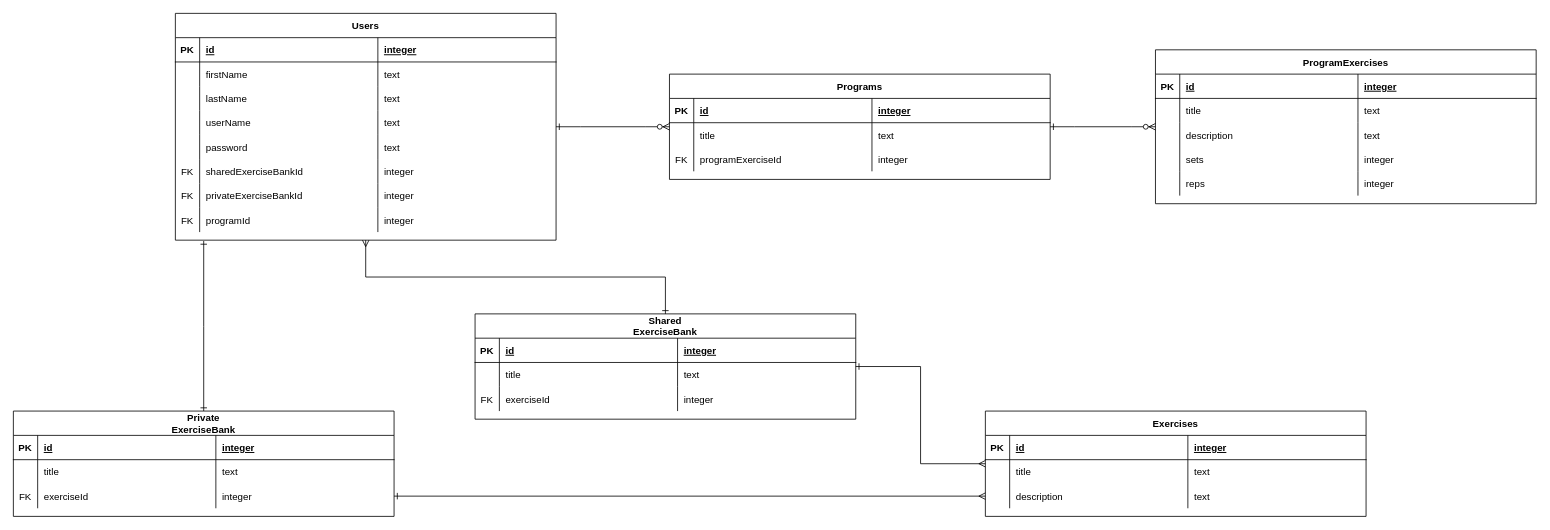
This is ER diagram/er-diagram.drawio from Svennas/personal-workouts-app-project, a draw.io file, before an edit. Source tidied: cells renumbered, new cells numbered last; positions are measured from the earlier drawing's top-left corner, leaving out a move shared by most shapes. Both pictures are drawn from the tidied source at 81%, with x=0, y=0 at pixel (13, 13).
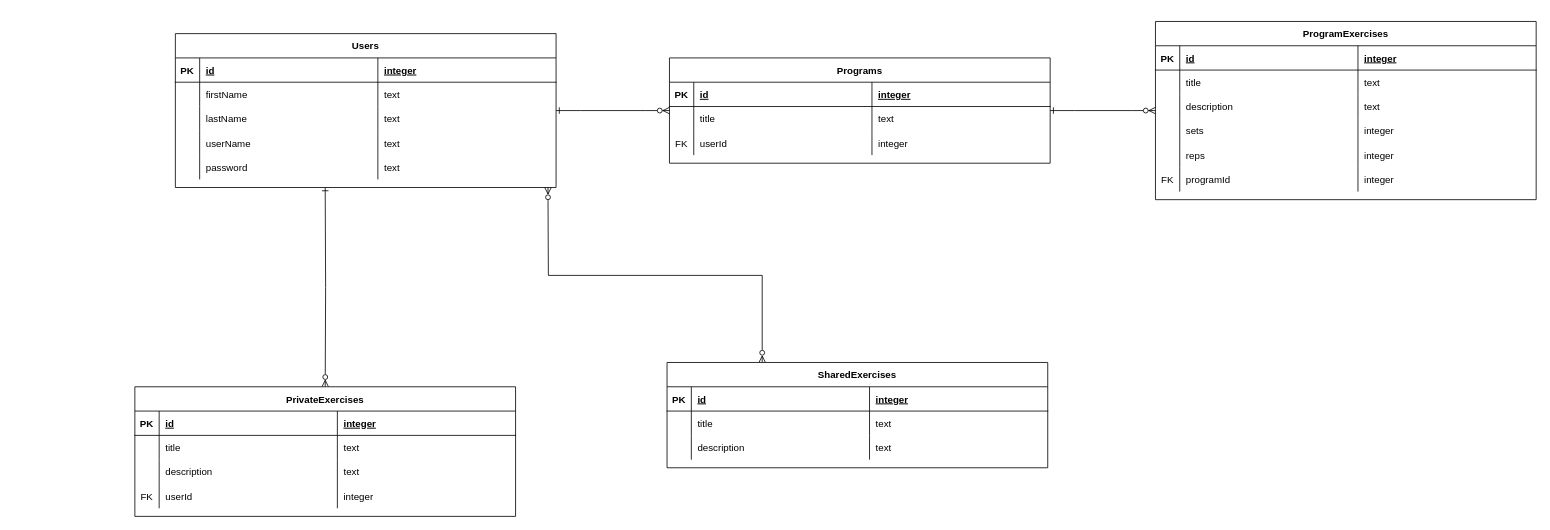
After the change.

The change refers to these unchanged cells:
```xml
<mxCell id="44" style="shape=partialRectangle;fillColor=none;top=0;left=0;right=0;bottom=0;" parent="35" vertex="1">
  <mxGeometry y="90" width="470" height="30" as="geometry" />
</mxCell>
<mxCell id="78" style="shape=partialRectangle;fillColor=none;points=[[0,0.5],[1,0.5]];portConstraint=eastwest;top=0;left=0;right=0;bottom=0;" parent="69" vertex="1">
  <mxGeometry y="90" width="470" height="30" as="geometry" />
</mxCell>
```

The edit, as a diff of the source:
```diff
@@
+    <mxCell id="114" style="edgeStyle=orthogonalEdgeStyle;rounded=0;jettySize=auto;html=1;startArrow=ERone;startFill=0;endArrow=ERzeroToMany;endFill=0;" parent="1" edge="1" target="118">
+      <mxGeometry relative="1" as="geometry">
+        <mxPoint x="385" y="215" as="sourcePoint" />
+      </mxGeometry>
+    </mxCell>
     <mxCell id="2" value="Users" style="shape=table;startSize=30;childLayout=tableLayout;rowLines=0;fontStyle=1;align=center;" parent="1" vertex="1">
-      <mxGeometry x="200" width="470" height="280" as="geometry" />
+      <mxGeometry x="200" y="25" width="470" height="190" as="geometry" />
     </mxCell>
@@
-    <mxCell id="23" style="shape=partialRectangle;fillColor=none;top=0;left=0;right=0;bottom=0;" parent="2" vertex="1">
-      <mxGeometry y="180" width="470" height="30" as="geometry" />
-    </mxCell>
-    <mxCell id="24" value="FK" style="shape=partialRectangle;overflow=hidden;fillColor=none;top=0;left=0;bottom=0;right=0;" parent="23" vertex="1">
-      <mxGeometry width="30" height="30" as="geometry" />
-    </mxCell>
-    <mxCell id="25" value="sharedExerciseBankId" style="shape=partialRectangle;overflow=hidden;fillColor=none;top=0;left=0;bottom=0;right=0;align=left;spacingLeft=6;" parent="23" vertex="1">
-      <mxGeometry x="30" width="220" height="30" as="geometry" />
-    </mxCell>
-    <mxCell id="26" value="integer" style="shape=partialRectangle;overflow=hidden;fillColor=none;top=0;left=0;bottom=0;right=0;align=left;spacingLeft=6;" parent="23" vertex="1">
-      <mxGeometry x="250" width="220" height="30" as="geometry" />
-    </mxCell>
-    <mxCell id="27" style="shape=partialRectangle;fillColor=none;top=0;left=0;right=0;bottom=0;" parent="2" vertex="1">
-      <mxGeometry y="210" width="470" height="30" as="geometry" />
-    </mxCell>
-    <mxCell id="28" value="FK" style="shape=partialRectangle;overflow=hidden;fillColor=none;top=0;left=0;bottom=0;right=0;" parent="27" vertex="1">
-      <mxGeometry width="30" height="30" as="geometry" />
-    </mxCell>
-    <mxCell id="29" value="privateExerciseBankId" style="shape=partialRectangle;overflow=hidden;fillColor=none;top=0;left=0;bottom=0;right=0;align=left;spacingLeft=6;" parent="27" vertex="1">
-      <mxGeometry x="30" width="220" height="30" as="geometry" />
-    </mxCell>
-    <mxCell id="30" value="integer" style="shape=partialRectangle;overflow=hidden;fillColor=none;top=0;left=0;bottom=0;right=0;align=left;spacingLeft=6;" parent="27" vertex="1">
-      <mxGeometry x="250" width="220" height="30" as="geometry" />
-    </mxCell>
-    <mxCell id="31" style="shape=partialRectangle;fillColor=none;top=0;left=0;right=0;bottom=0;" parent="2" vertex="1">
-      <mxGeometry y="240" width="470" height="30" as="geometry" />
-    </mxCell>
-    <mxCell id="32" value="FK" style="shape=partialRectangle;overflow=hidden;fillColor=none;top=0;left=0;bottom=0;right=0;" parent="31" vertex="1">
-      <mxGeometry width="30" height="30" as="geometry" />
-    </mxCell>
-    <mxCell id="33" value="programId" style="shape=partialRectangle;overflow=hidden;fillColor=none;top=0;left=0;bottom=0;right=0;align=left;spacingLeft=6;" parent="31" vertex="1">
-      <mxGeometry x="30" width="220" height="30" as="geometry" />
-    </mxCell>
-    <mxCell id="34" value="integer" style="shape=partialRectangle;overflow=hidden;fillColor=none;top=0;left=0;bottom=0;right=0;align=left;spacingLeft=6;" parent="31" vertex="1">
-      <mxGeometry x="250" width="220" height="30" as="geometry" />
-    </mxCell>
     <mxCell id="35" value="Programs" style="shape=table;startSize=30;childLayout=tableLayout;rowLines=0;fontStyle=1;align=center;" parent="1" vertex="1">
-      <mxGeometry x="810" y="75" width="470" height="130" as="geometry" />
+      <mxGeometry x="810" y="55" width="470" height="130" as="geometry" />
     </mxCell>
@@
-    <mxCell id="46" value="programExerciseId" style="shape=partialRectangle;overflow=hidden;fillColor=none;top=0;left=0;bottom=0;right=0;align=left;spacingLeft=6;" parent="44" vertex="1">
+    <mxCell id="46" value="userId" style="shape=partialRectangle;overflow=hidden;fillColor=none;top=0;left=0;bottom=0;right=0;align=left;spacingLeft=6;" parent="44" vertex="1">
       <mxGeometry x="30" width="220" height="30" as="geometry" />
     </mxCell>
@@
     <mxCell id="48" value="ProgramExercises" style="shape=table;startSize=30;childLayout=tableLayout;rowLines=0;fontStyle=1;align=center;" parent="1" vertex="1">
-      <mxGeometry x="1410" y="45" width="470" height="190" as="geometry" />
+      <mxGeometry x="1410" y="10" width="470" height="220" as="geometry" />
     </mxCell>
@@
+    <mxCell id="23" style="shape=partialRectangle;fillColor=none;top=0;left=0;right=0;bottom=0;" parent="48" vertex="1">
+      <mxGeometry y="180" width="470" height="30" as="geometry" />
+    </mxCell>
+    <mxCell id="115" value="FK" style="shape=partialRectangle;overflow=hidden;fillColor=none;top=0;left=0;bottom=0;right=0;" parent="23" vertex="1">
+      <mxGeometry width="30" height="30" as="geometry" />
+    </mxCell>
+    <mxCell id="33" value="programId" style="shape=partialRectangle;overflow=hidden;fillColor=none;top=0;left=0;bottom=0;right=0;align=left;spacingLeft=6;" parent="23" vertex="1">
+      <mxGeometry x="30" width="220" height="30" as="geometry" />
+    </mxCell>
+    <mxCell id="116" value="integer" style="shape=partialRectangle;overflow=hidden;fillColor=none;top=0;left=0;bottom=0;right=0;align=left;spacingLeft=6;" parent="23" vertex="1">
+      <mxGeometry x="250" width="220" height="30" as="geometry" />
+    </mxCell>
+    <mxCell id="117" style="edgeStyle=orthogonalEdgeStyle;rounded=0;jettySize=auto;html=1;entryX=1;entryY=0.5;entryDx=0;entryDy=0;startArrow=ERzeroToMany;startFill=0;endArrow=ERzeroToMany;endFill=0;exitX=0.25;exitY=0;exitDx=0;exitDy=0;" parent="1" edge="1" source="69">
+      <mxGeometry relative="1" as="geometry">
+        <mxPoint x="660" y="215" as="targetPoint" />
+      </mxGeometry>
+    </mxCell>
-    <mxCell id="69" value="Exercises" style="shape=table;startSize=30;childLayout=tableLayout;rowLines=0;fontStyle=1;align=center;" parent="1" vertex="1">
-      <mxGeometry x="1200" y="491" width="470" height="130" as="geometry" />
+    <mxCell id="69" value="SharedExercises" style="shape=table;startSize=30;childLayout=tableLayout;rowLines=0;fontStyle=1;align=center;" parent="1" vertex="1">
+      <mxGeometry x="807" y="431" width="470" height="130" as="geometry" />
     </mxCell>
@@
-    <mxCell id="82" style="edgeStyle=orthogonalEdgeStyle;rounded=0;jettySize=auto;html=1;startArrow=ERone;startFill=0;endArrow=ERmany;endFill=0;" parent="1" edge="1" source="83" target="2">
-      <mxGeometry relative="1" as="geometry" />
-    </mxCell>
-    <mxCell id="83" value="Shared&#10;ExerciseBank" style="shape=table;startSize=30;childLayout=tableLayout;rowLines=0;fontStyle=1;align=center;" parent="1" vertex="1">
-      <mxGeometry x="570" y="371" width="470" height="130" as="geometry" />
-    </mxCell>
-    <mxCell id="84" style="shape=partialRectangle;fillColor=none;top=0;left=0;right=0;bottom=1;" parent="83" vertex="1">
-      <mxGeometry y="30" width="470" height="30" as="geometry" />
-    </mxCell>
-    <mxCell id="85" value="PK" style="shape=partialRectangle;overflow=hidden;fillColor=none;top=0;left=0;bottom=0;right=0;fontStyle=1;" parent="84" vertex="1">
-      <mxGeometry width="30" height="30" as="geometry" />
-    </mxCell>
-    <mxCell id="86" value="id" style="shape=partialRectangle;overflow=hidden;fillColor=none;top=0;left=0;bottom=0;right=0;align=left;spacingLeft=6;fontStyle=5;" parent="84" vertex="1">
-      <mxGeometry x="30" width="220" height="30" as="geometry" />
-    </mxCell>
-    <mxCell id="87" value="integer" style="shape=partialRectangle;overflow=hidden;fillColor=none;top=0;left=0;bottom=0;right=0;align=left;spacingLeft=6;fontStyle=5;" parent="84" vertex="1">
-      <mxGeometry x="250" width="220" height="30" as="geometry" />
-    </mxCell>
-    <mxCell id="88" style="shape=partialRectangle;fillColor=none;top=0;left=0;right=0;bottom=0;" parent="83" vertex="1">
-      <mxGeometry y="60" width="470" height="30" as="geometry" />
-    </mxCell>
-    <mxCell id="89" style="shape=partialRectangle;overflow=hidden;fillColor=none;top=0;left=0;bottom=0;right=0;" parent="88" vertex="1">
-      <mxGeometry width="30" height="30" as="geometry" />
-    </mxCell>
-    <mxCell id="90" value="title" style="shape=partialRectangle;overflow=hidden;fillColor=none;top=0;left=0;bottom=0;right=0;align=left;spacingLeft=6;" parent="88" vertex="1">
-      <mxGeometry x="30" width="220" height="30" as="geometry" />
-    </mxCell>
-    <mxCell id="91" value="text" style="shape=partialRectangle;overflow=hidden;fillColor=none;top=0;left=0;bottom=0;right=0;align=left;spacingLeft=6;" parent="88" vertex="1">
-      <mxGeometry x="250" width="220" height="30" as="geometry" />
-    </mxCell>
-    <mxCell id="92" style="shape=partialRectangle;fillColor=none;top=0;left=0;right=0;bottom=0;" parent="83" vertex="1">
-      <mxGeometry y="90" width="470" height="30" as="geometry" />
-    </mxCell>
-    <mxCell id="93" value="FK" style="shape=partialRectangle;overflow=hidden;fillColor=none;top=0;left=0;bottom=0;right=0;" parent="92" vertex="1">
-      <mxGeometry width="30" height="30" as="geometry" />
-    </mxCell>
-    <mxCell id="94" value="exerciseId" style="shape=partialRectangle;overflow=hidden;fillColor=none;top=0;left=0;bottom=0;right=0;align=left;spacingLeft=6;" parent="92" vertex="1">
-      <mxGeometry x="30" width="220" height="30" as="geometry" />
-    </mxCell>
-    <mxCell id="95" value="integer" style="shape=partialRectangle;overflow=hidden;fillColor=none;top=0;left=0;bottom=0;right=0;align=left;spacingLeft=6;" parent="92" vertex="1">
-      <mxGeometry x="250" width="220" height="30" as="geometry" />
-    </mxCell>
@@
-    <mxCell id="98" style="edgeStyle=orthogonalEdgeStyle;rounded=0;jettySize=auto;html=1;startArrow=ERmany;startFill=0;endArrow=ERone;endFill=0;" parent="1" edge="1" source="69" target="83">
-      <mxGeometry relative="1" as="geometry" />
-    </mxCell>
-    <mxCell id="99" style="edgeStyle=orthogonalEdgeStyle;rounded=0;jettySize=auto;html=1;startArrow=ERone;startFill=0;endArrow=ERone;endFill=0;" parent="1" edge="1" source="100">
-      <mxGeometry relative="1" as="geometry">
-        <mxPoint x="235" y="281" as="targetPoint" />
-      </mxGeometry>
-    </mxCell>
-    <mxCell id="100" value="Private&#10;ExerciseBank" style="shape=table;startSize=30;childLayout=tableLayout;rowLines=0;fontStyle=1;align=center;" parent="1" vertex="1">
-      <mxGeometry y="491" width="470" height="130" as="geometry" />
-    </mxCell>
-    <mxCell id="101" style="shape=partialRectangle;fillColor=none;top=0;left=0;right=0;bottom=1;" parent="100" vertex="1">
-      <mxGeometry y="30" width="470" height="30" as="geometry" />
-    </mxCell>
-    <mxCell id="102" value="PK" style="shape=partialRectangle;overflow=hidden;fillColor=none;top=0;left=0;bottom=0;right=0;fontStyle=1;" parent="101" vertex="1">
-      <mxGeometry width="30" height="30" as="geometry" />
-    </mxCell>
-    <mxCell id="103" value="id" style="shape=partialRectangle;overflow=hidden;fillColor=none;top=0;left=0;bottom=0;right=0;align=left;spacingLeft=6;fontStyle=5;" parent="101" vertex="1">
-      <mxGeometry x="30" width="220" height="30" as="geometry" />
-    </mxCell>
-    <mxCell id="104" value="integer" style="shape=partialRectangle;overflow=hidden;fillColor=none;top=0;left=0;bottom=0;right=0;align=left;spacingLeft=6;fontStyle=5;" parent="101" vertex="1">
-      <mxGeometry x="250" width="220" height="30" as="geometry" />
-    </mxCell>
-    <mxCell id="105" style="shape=partialRectangle;fillColor=none;top=0;left=0;right=0;bottom=0;" parent="100" vertex="1">
-      <mxGeometry y="60" width="470" height="30" as="geometry" />
-    </mxCell>
-    <mxCell id="106" style="shape=partialRectangle;overflow=hidden;fillColor=none;top=0;left=0;bottom=0;right=0;" parent="105" vertex="1">
-      <mxGeometry width="30" height="30" as="geometry" />
-    </mxCell>
-    <mxCell id="107" value="title" style="shape=partialRectangle;overflow=hidden;fillColor=none;top=0;left=0;bottom=0;right=0;align=left;spacingLeft=6;" parent="105" vertex="1">
-      <mxGeometry x="30" width="220" height="30" as="geometry" />
-    </mxCell>
-    <mxCell id="108" value="text" style="shape=partialRectangle;overflow=hidden;fillColor=none;top=0;left=0;bottom=0;right=0;align=left;spacingLeft=6;" parent="105" vertex="1">
-      <mxGeometry x="250" width="220" height="30" as="geometry" />
-    </mxCell>
-    <mxCell id="109" style="shape=partialRectangle;fillColor=none;points=[[0,0.5],[1,0.5]];portConstraint=eastwest;top=0;left=0;right=0;bottom=0;" parent="100" vertex="1">
-      <mxGeometry y="90" width="470" height="30" as="geometry" />
-    </mxCell>
-    <mxCell id="110" value="FK" style="shape=partialRectangle;overflow=hidden;fillColor=none;top=0;left=0;bottom=0;right=0;" parent="109" vertex="1">
-      <mxGeometry width="30" height="30" as="geometry" />
-    </mxCell>
-    <mxCell id="111" value="exerciseId" style="shape=partialRectangle;overflow=hidden;fillColor=none;top=0;left=0;bottom=0;right=0;align=left;spacingLeft=6;" parent="109" vertex="1">
-      <mxGeometry x="30" width="220" height="30" as="geometry" />
-    </mxCell>
-    <mxCell id="112" value="integer" style="shape=partialRectangle;overflow=hidden;fillColor=none;top=0;left=0;bottom=0;right=0;align=left;spacingLeft=6;" parent="109" vertex="1">
-      <mxGeometry x="250" width="220" height="30" as="geometry" />
-    </mxCell>
-    <mxCell id="113" style="edgeStyle=orthogonalEdgeStyle;rounded=0;jettySize=auto;html=1;entryX=0;entryY=0.5;entryDx=0;entryDy=0;endArrow=ERmany;endFill=0;startArrow=ERone;startFill=0;" parent="1" edge="1" source="109" target="78">
-      <mxGeometry relative="1" as="geometry" />
-    </mxCell>
+    <mxCell id="118" value="PrivateExercises" style="shape=table;startSize=30;childLayout=tableLayout;rowLines=0;fontStyle=1;align=center;" parent="1" vertex="1">
+      <mxGeometry x="150" y="461" width="470" height="160" as="geometry" />
+    </mxCell>
+    <mxCell id="119" style="shape=partialRectangle;fillColor=none;top=0;left=0;right=0;bottom=1;" parent="118" vertex="1">
+      <mxGeometry y="30" width="470" height="30" as="geometry" />
+    </mxCell>
+    <mxCell id="120" value="PK" style="shape=partialRectangle;overflow=hidden;fillColor=none;top=0;left=0;bottom=0;right=0;fontStyle=1;" parent="119" vertex="1">
+      <mxGeometry width="30" height="30" as="geometry" />
+    </mxCell>
+    <mxCell id="121" value="id" style="shape=partialRectangle;overflow=hidden;fillColor=none;top=0;left=0;bottom=0;right=0;align=left;spacingLeft=6;fontStyle=5;" parent="119" vertex="1">
+      <mxGeometry x="30" width="220" height="30" as="geometry" />
+    </mxCell>
+    <mxCell id="122" value="integer" style="shape=partialRectangle;overflow=hidden;fillColor=none;top=0;left=0;bottom=0;right=0;align=left;spacingLeft=6;fontStyle=5;" parent="119" vertex="1">
+      <mxGeometry x="250" width="220" height="30" as="geometry" />
+    </mxCell>
+    <mxCell id="123" style="shape=partialRectangle;fillColor=none;top=0;left=0;right=0;bottom=0;" parent="118" vertex="1">
+      <mxGeometry y="60" width="470" height="30" as="geometry" />
+    </mxCell>
+    <mxCell id="124" style="shape=partialRectangle;overflow=hidden;fillColor=none;top=0;left=0;bottom=0;right=0;" parent="123" vertex="1">
+      <mxGeometry width="30" height="30" as="geometry" />
+    </mxCell>
+    <mxCell id="125" value="title" style="shape=partialRectangle;overflow=hidden;fillColor=none;top=0;left=0;bottom=0;right=0;align=left;spacingLeft=6;" parent="123" vertex="1">
+      <mxGeometry x="30" width="220" height="30" as="geometry" />
+    </mxCell>
+    <mxCell id="126" value="text" style="shape=partialRectangle;overflow=hidden;fillColor=none;top=0;left=0;bottom=0;right=0;align=left;spacingLeft=6;" parent="123" vertex="1">
+      <mxGeometry x="250" width="220" height="30" as="geometry" />
+    </mxCell>
+    <mxCell id="127" style="shape=partialRectangle;fillColor=none;top=0;left=0;right=0;bottom=0;" parent="118" vertex="1">
+      <mxGeometry y="90" width="470" height="30" as="geometry" />
+    </mxCell>
+    <mxCell id="128" style="shape=partialRectangle;overflow=hidden;fillColor=none;top=0;left=0;bottom=0;right=0;" parent="127" vertex="1">
+      <mxGeometry width="30" height="30" as="geometry" />
+    </mxCell>
+    <mxCell id="129" value="description" style="shape=partialRectangle;overflow=hidden;fillColor=none;top=0;left=0;bottom=0;right=0;align=left;spacingLeft=6;" parent="127" vertex="1">
+      <mxGeometry x="30" width="220" height="30" as="geometry" />
+    </mxCell>
+    <mxCell id="130" value="text" style="shape=partialRectangle;overflow=hidden;fillColor=none;top=0;left=0;bottom=0;right=0;align=left;spacingLeft=6;" parent="127" vertex="1">
+      <mxGeometry x="250" width="220" height="30" as="geometry" />
+    </mxCell>
+    <mxCell id="131" style="shape=partialRectangle;fillColor=none;top=0;left=0;right=0;bottom=0;" parent="118" vertex="1">
+      <mxGeometry y="120" width="470" height="30" as="geometry" />
+    </mxCell>
+    <mxCell id="132" value="FK" style="shape=partialRectangle;overflow=hidden;fillColor=none;top=0;left=0;bottom=0;right=0;" parent="131" vertex="1">
+      <mxGeometry width="30" height="30" as="geometry" />
+    </mxCell>
+    <mxCell id="133" value="userId" style="shape=partialRectangle;overflow=hidden;fillColor=none;top=0;left=0;bottom=0;right=0;align=left;spacingLeft=6;" parent="131" vertex="1">
+      <mxGeometry x="30" width="220" height="30" as="geometry" />
+    </mxCell>
+    <mxCell id="134" value="integer" style="shape=partialRectangle;overflow=hidden;fillColor=none;top=0;left=0;bottom=0;right=0;align=left;spacingLeft=6;" parent="131" vertex="1">
+      <mxGeometry x="250" width="220" height="30" as="geometry" />
+    </mxCell>
+    <mxCell id="135" style="edgeStyle=orthogonalEdgeStyle;rounded=0;jettySize=auto;html=1;entryX=0.998;entryY=0.8;entryDx=0;entryDy=0;entryPerimeter=0;startArrow=ERmany;startFill=0;endArrow=ERmany;endFill=0;" parent="1" edge="1" source="69">
+      <mxGeometry relative="1" as="geometry" />
+    </mxCell>
```
